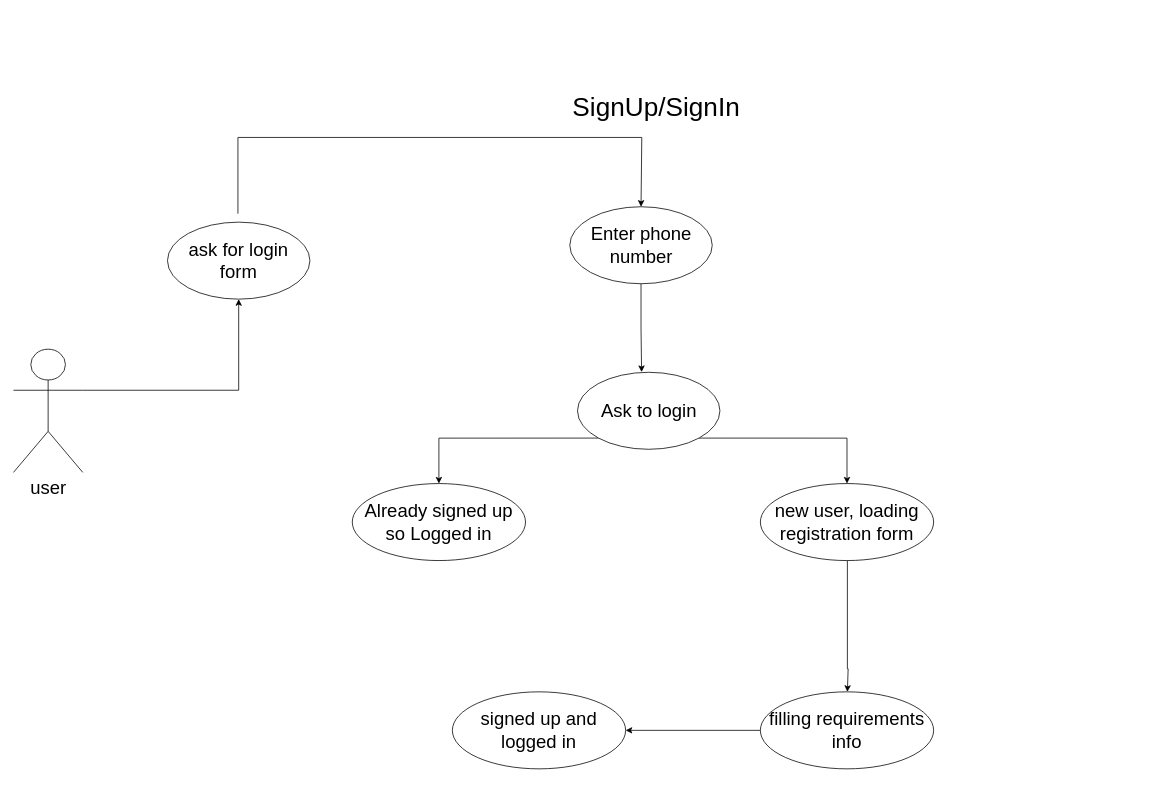
kargaranamir/Travelink keeps this draw.io diagram as Use-case/signUpIn.drawio. Above is the earlier version. Source tidied: cells renumbered, new cells numbered last; positions are measured from the earlier drawing's top-left corner, leaving out a move shared by most shapes. Both pictures are drawn from the tidied source at 77%, with x=0, y=0 at pixel (13, 99).
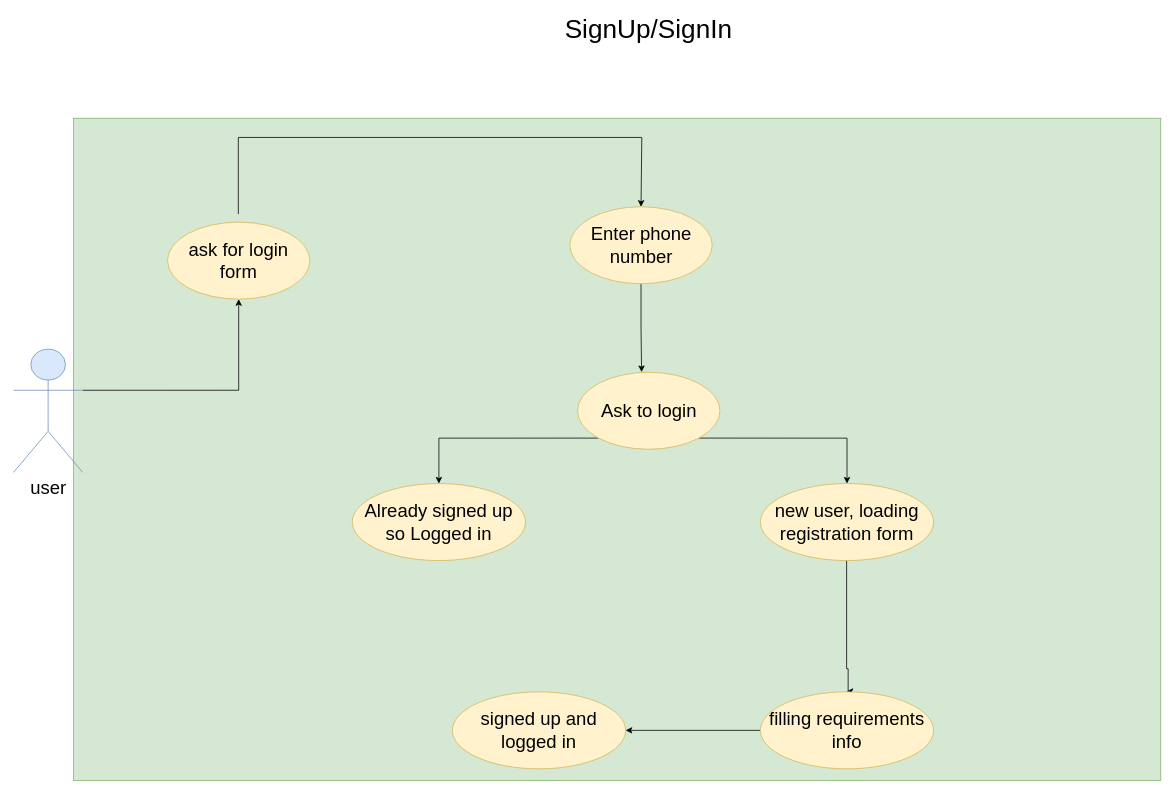
After the change.

The edit, as a diff of the source:
```diff
@@
+    <mxCell id="18" style="rounded=0;whiteSpace=wrap;html=1;fillColor=#d5e8d4;strokeColor=#82b366;" parent="1" vertex="1">
+      <mxGeometry x="78" y="25" width="1412" height="860" as="geometry" />
+    </mxCell>
@@
-    <mxCell id="3" value="user&lt;br style=&quot;font-size: 24px;&quot;&gt;" style="shape=umlActor;verticalLabelPosition=bottom;labelBackgroundColor=#ffffff;verticalAlign=top;html=1;outlineConnect=0;fontSize=24;" parent="1" vertex="1">
+    <mxCell id="3" value="user&lt;br style=&quot;font-size: 24px;&quot;&gt;" style="shape=umlActor;verticalLabelPosition=bottom;labelBackgroundColor=#ffffff;verticalAlign=top;html=1;outlineConnect=0;fontSize=24;fillColor=#dae8fc;strokeColor=#6c8ebf;" parent="1" vertex="1">
       <mxGeometry y="325" width="90" height="160" as="geometry" />
     </mxCell>
     <mxCell id="4" value="&lt;font style=&quot;font-size: 34px&quot;&gt;SignUp/SignIn&lt;/font&gt;" style="text;html=1;strokeColor=none;fillColor=none;align=center;verticalAlign=middle;whiteSpace=wrap;rounded=0;" parent="1" vertex="1">
-      <mxGeometry x="815" width="40" height="20" as="geometry" />
+      <mxGeometry x="805" y="-101" width="40" height="20" as="geometry" />
     </mxCell>
-    <mxCell id="5" style="edgeStyle=orthogonalEdgeStyle;rounded=0;jettySize=auto;html=1;exitX=1;exitY=0.5;exitDx=0;exitDy=0;entryX=0.5;entryY=0;entryDx=0;entryDy=0;fontSize=24;fontColor=#000000;" parent="1" edge="1" target="8">
-      <mxGeometry relative="1" as="geometry">
-        <mxPoint x="291.5" y="149" as="sourcePoint" />
-        <Array as="points">
-          <mxPoint x="292" y="50" />
-          <mxPoint x="816" y="50" />
-          <mxPoint x="816" y="140" />
-        </Array>
-      </mxGeometry>
-    </mxCell>
+    <mxCell id="19" style="edgeStyle=orthogonalEdgeStyle;rounded=0;jettySize=auto;html=1;exitX=1;exitY=0.5;exitDx=0;exitDy=0;entryX=0.5;entryY=0;entryDx=0;entryDy=0;fontSize=24;fontColor=#000000;" parent="1" edge="1" target="8">
+      <mxGeometry relative="1" as="geometry">
+        <mxPoint x="292" y="149.5" as="sourcePoint" />
+        <Array as="points">
+          <mxPoint x="292" y="50" />
+          <mxPoint x="816" y="50" />
+          <mxPoint x="816" y="140" />
+        </Array>
+      </mxGeometry>
+    </mxCell>
-    <mxCell id="6" value="ask for login form" style="ellipse;whiteSpace=wrap;html=1;fontSize=24;" parent="1" vertex="1">
+    <mxCell id="6" value="ask for login form" style="ellipse;whiteSpace=wrap;html=1;fontSize=24;fillColor=#fff2cc;strokeColor=#d6b656;" parent="1" vertex="1">
       <mxGeometry x="200" y="160" width="185" height="100" as="geometry" />
     </mxCell>
@@
-    <mxCell id="8" value="Enter phone number" style="ellipse;whiteSpace=wrap;html=1;fontSize=24;" parent="1" vertex="1">
+    <mxCell id="8" value="Enter phone number" style="ellipse;whiteSpace=wrap;html=1;fontSize=24;fillColor=#fff2cc;strokeColor=#d6b656;" parent="1" vertex="1">
       <mxGeometry x="722.5" y="140" width="185" height="100" as="geometry" />
     </mxCell>
@@
-    <mxCell id="11" value="Ask to login" style="ellipse;whiteSpace=wrap;html=1;fontSize=24;" parent="1" vertex="1">
+    <mxCell id="11" value="Ask to login" style="ellipse;whiteSpace=wrap;html=1;fontSize=24;fillColor=#fff2cc;strokeColor=#d6b656;" parent="1" vertex="1">
       <mxGeometry x="732.5" y="355" width="185" height="100" as="geometry" />
     </mxCell>
-    <mxCell id="12" value="Already signed up so Logged in" style="ellipse;whiteSpace=wrap;html=1;fontSize=24;" parent="1" vertex="1">
+    <mxCell id="12" value="Already signed up so Logged in" style="ellipse;whiteSpace=wrap;html=1;fontSize=24;fillColor=#fff2cc;strokeColor=#d6b656;" parent="1" vertex="1">
       <mxGeometry x="440" y="499.5" width="225" height="100" as="geometry" />
     </mxCell>
-    <mxCell id="13" style="edgeStyle=orthogonalEdgeStyle;rounded=0;orthogonalLoop=1;jettySize=auto;html=1;exitX=0.5;exitY=1;exitDx=0;exitDy=0;entryX=0.5;entryY=0;entryDx=0;entryDy=0;fontSize=24;fontColor=#000000;" parent="1" edge="1">
-      <mxGeometry relative="1" as="geometry">
-        <mxPoint x="1083" y="600" as="sourcePoint" />
-        <mxPoint x="1083" y="770" as="targetPoint" />
-        <Array as="points">
-          <mxPoint x="1084" y="740" />
-        </Array>
-      </mxGeometry>
-    </mxCell>
+    <mxCell id="20" style="edgeStyle=orthogonalEdgeStyle;rounded=0;orthogonalLoop=1;jettySize=auto;html=1;exitX=0.5;exitY=1;exitDx=0;exitDy=0;entryX=0.5;entryY=0;entryDx=0;entryDy=0;fontSize=24;fontColor=#000000;" parent="1" edge="1">
+      <mxGeometry relative="1" as="geometry">
+        <mxPoint x="1082" y="599.5" as="sourcePoint" />
+        <mxPoint x="1082" y="769.5" as="targetPoint" />
+        <Array as="points">
+          <mxPoint x="1084" y="740" />
+        </Array>
+      </mxGeometry>
+    </mxCell>
-    <mxCell id="14" value="new user, loading&lt;br&gt;registration form&lt;br&gt;" style="ellipse;whiteSpace=wrap;html=1;fontSize=24;" parent="1" vertex="1">
+    <mxCell id="14" value="new user, loading&lt;br&gt;registration form&lt;br&gt;" style="ellipse;whiteSpace=wrap;html=1;fontSize=24;fillColor=#fff2cc;strokeColor=#d6b656;" parent="1" vertex="1">
       <mxGeometry x="970" y="499.5" width="225" height="100" as="geometry" />
     </mxCell>
@@
-    <mxCell id="16" value="filling requirements info&lt;br&gt;" style="ellipse;whiteSpace=wrap;html=1;fontSize=24;" parent="1" vertex="1">
+    <mxCell id="16" value="filling requirements info&lt;br&gt;" style="ellipse;whiteSpace=wrap;html=1;fontSize=24;fillColor=#fff2cc;strokeColor=#d6b656;" parent="1" vertex="1">
       <mxGeometry x="970" y="770" width="225" height="100" as="geometry" />
     </mxCell>
-    <mxCell id="17" value="signed up and logged in&lt;br&gt;" style="ellipse;whiteSpace=wrap;html=1;fontSize=24;" parent="1" vertex="1">
+    <mxCell id="17" value="signed up and logged in&lt;br&gt;" style="ellipse;whiteSpace=wrap;html=1;fontSize=24;fillColor=#fff2cc;strokeColor=#d6b656;" parent="1" vertex="1">
       <mxGeometry x="570" y="770" width="225" height="100" as="geometry" />
     </mxCell>
```
